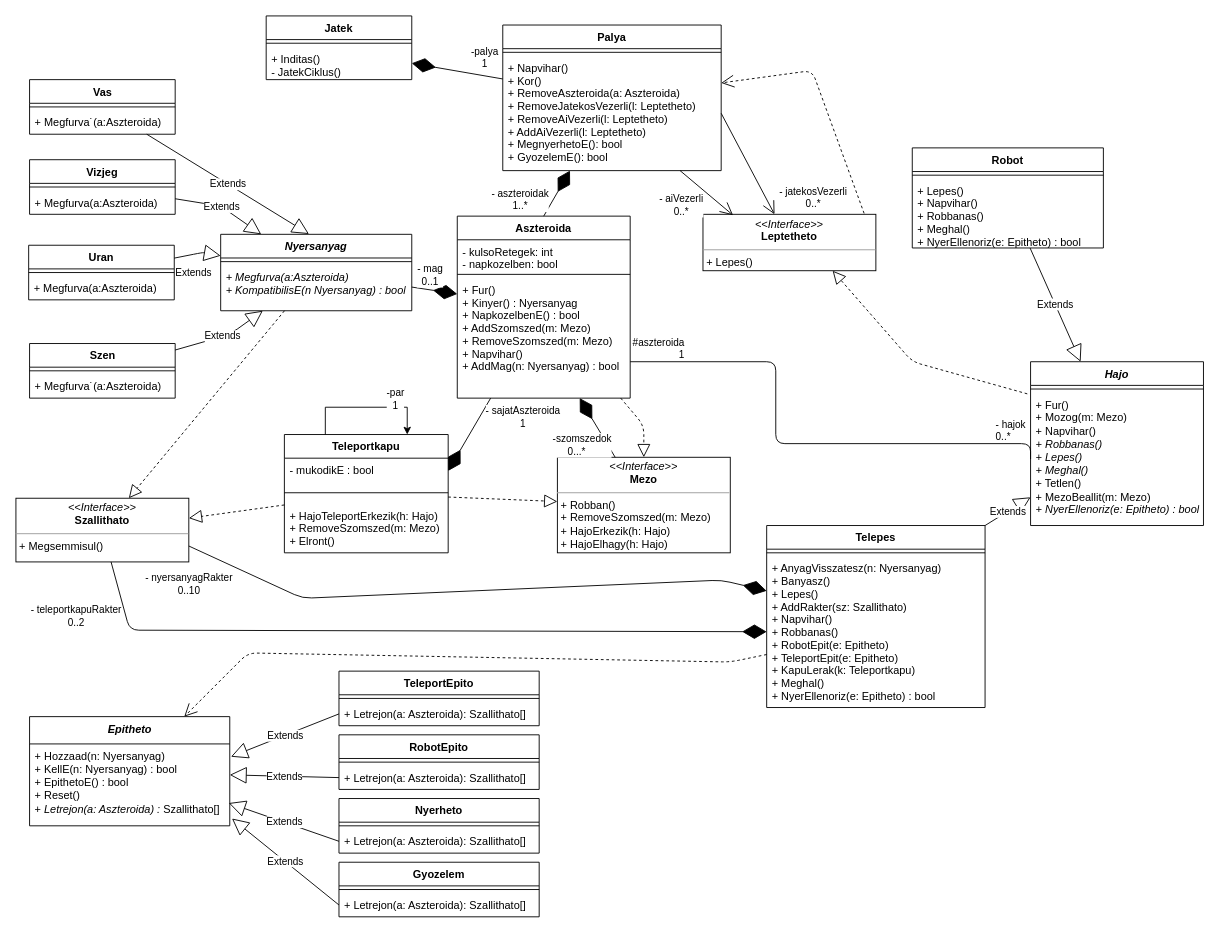
Earlier version of the draw.io diagram doc/class.drawio (torpeBoiGo/aszteroidabanyaszat). Source tidied: cells renumbered, new cells numbered last; positions are measured from the earlier drawing's top-left corner, leaving out a move shared by most shapes. Both pictures are drawn from the tidied source at 91%, with x=0, y=0 at pixel (15, 15).
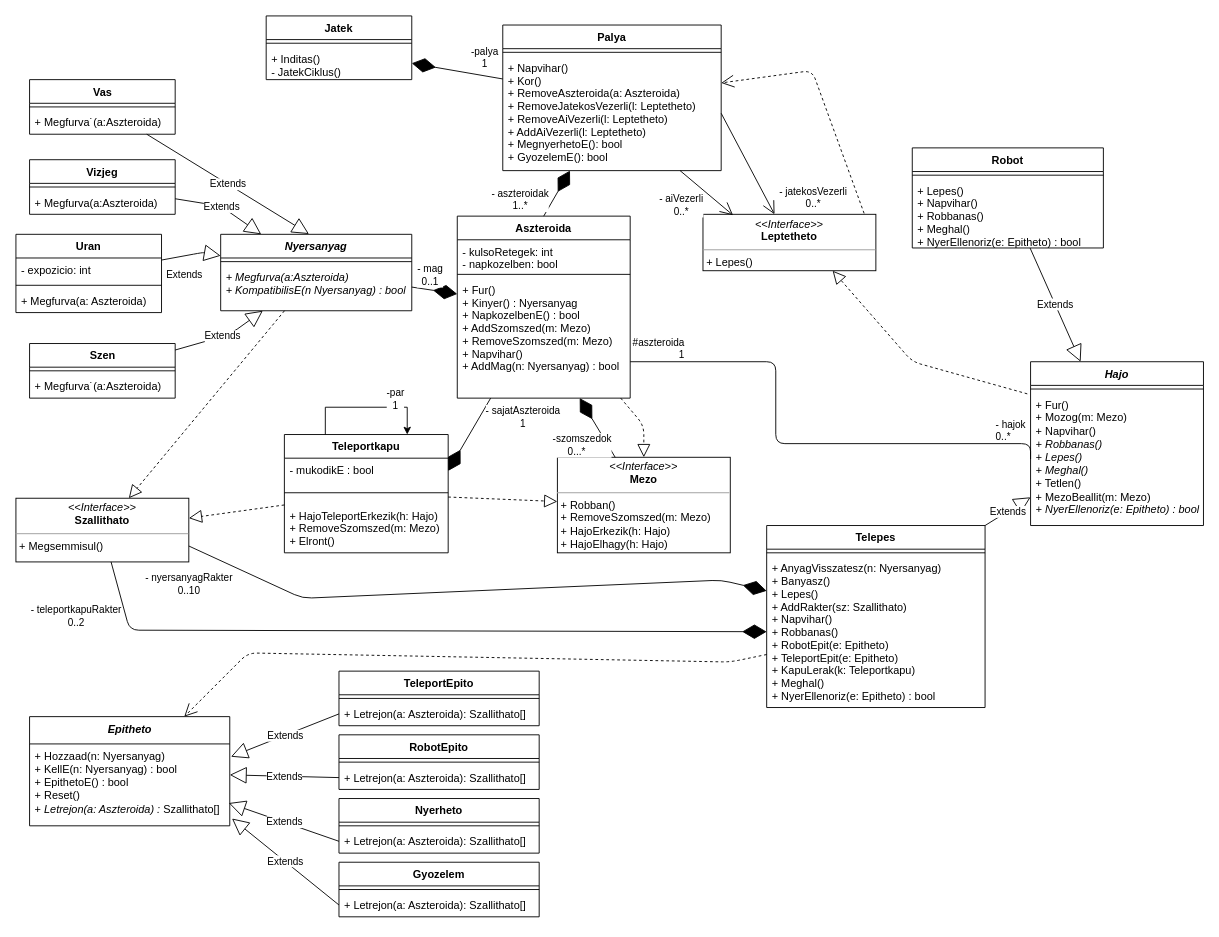
The same diagram, later.

Commit message:
Uran - expozicio: int

Diff of the diagram source:
```diff
@@
-    <mxCell id="25" value="Uran" style="swimlane;fontStyle=1;align=center;verticalAlign=top;horizontal=1;startSize=26;" parent="1" vertex="1">
-      <mxGeometry x="14" y="252" width="160" height="60" as="geometry" />
-    </mxCell>
-    <mxCell id="26" style="line;strokeWidth=1;fillColor=none;align=left;verticalAlign=middle;spacingTop=-1;spacingLeft=3;spacingRight=3;labelPosition=right;" parent="25" vertex="1">
-      <mxGeometry y="26" width="160" height="8" as="geometry" />
-    </mxCell>
-    <mxCell id="27" value="+ Megfurva(a:Aszteroida)" style="text;strokeColor=none;fillColor=none;align=left;verticalAlign=top;spacingLeft=4;spacingRight=4;overflow=hidden;" parent="25" vertex="1">
-      <mxGeometry y="34" width="160" height="26" as="geometry" />
-    </mxCell>
@@
+    <mxCell id="25" value="Uran" style="swimlane;fontStyle=1;align=center;verticalAlign=top;horizontal=1;startSize=26;" parent="1" vertex="1">
+      <mxGeometry y="240" width="160" height="86" as="geometry" />
+    </mxCell>
+    <mxCell id="97" value="- expozicio: int" style="text;strokeColor=none;fillColor=none;align=left;verticalAlign=top;spacingLeft=4;spacingRight=4;overflow=hidden;" parent="25" vertex="1">
+      <mxGeometry y="26" width="160" height="26" as="geometry" />
+    </mxCell>
+    <mxCell id="98" style="line;strokeWidth=1;fillColor=none;align=left;verticalAlign=middle;spacingTop=-1;spacingLeft=3;spacingRight=3;labelPosition=right;" parent="25" vertex="1">
+      <mxGeometry y="52" width="160" height="8" as="geometry" />
+    </mxCell>
+    <mxCell id="99" value="+ Megfurva(a: Aszteroida)" style="text;strokeColor=none;fillColor=none;align=left;verticalAlign=top;spacingLeft=4;spacingRight=4;overflow=hidden;" parent="25" vertex="1">
+      <mxGeometry y="60" width="160" height="26" as="geometry" />
+    </mxCell>
```
